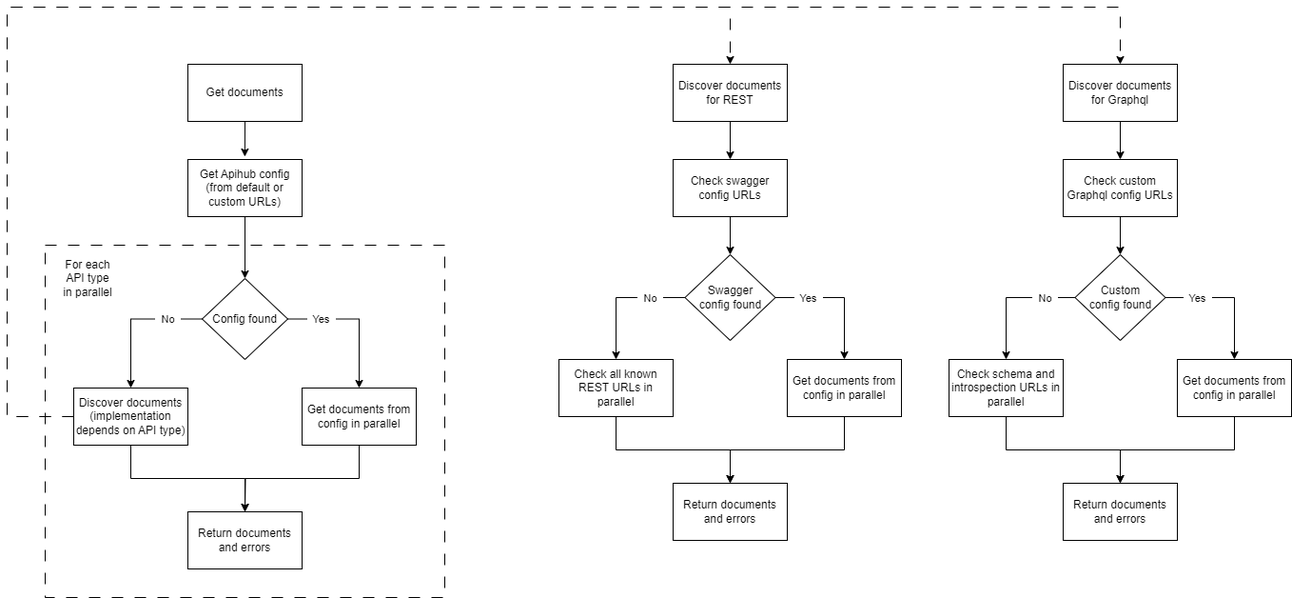
Before: backend/agent/documentation/images/discovery_get_documents.drawio.png, a diagram exported from draw.io (Netcracker/qubership-apihub). Source tidied: cells renumbered, new cells last; positions are measured from the earlier drawing's top-left corner, leaving out a move shared by most shapes.
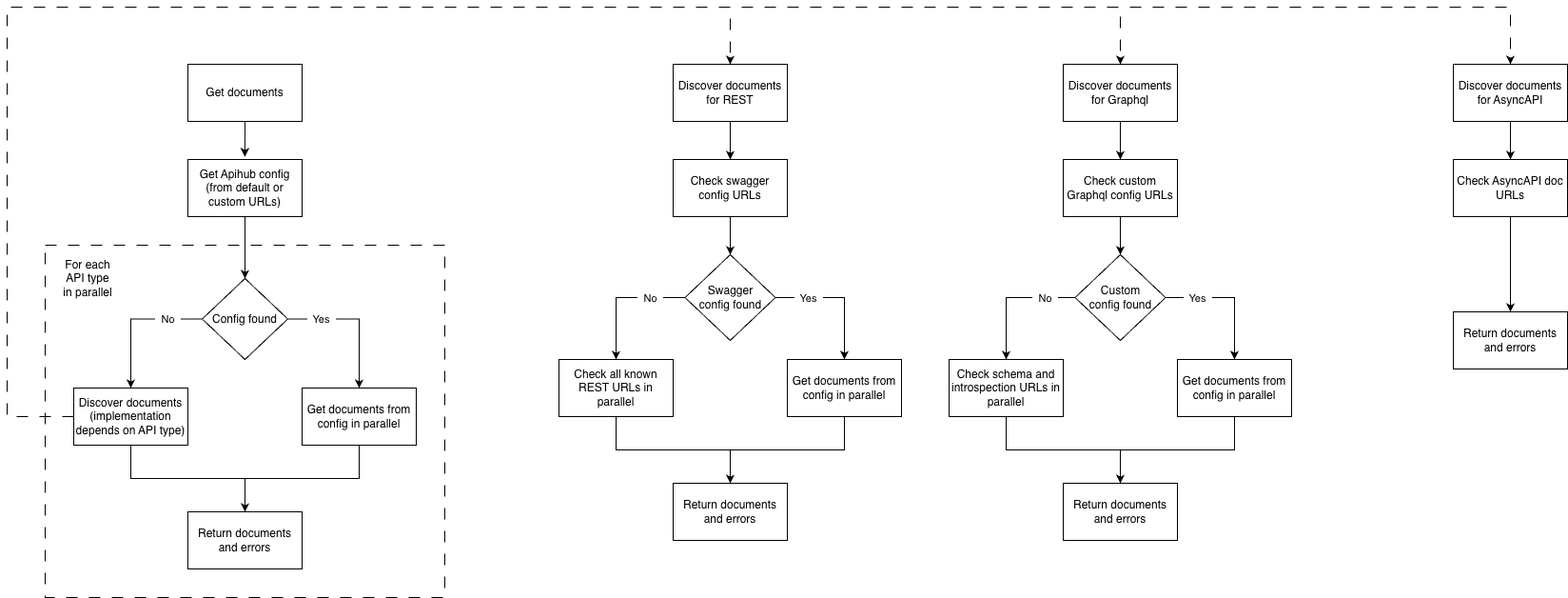
After the commit.

The edit, as a diff of the source:
```diff
@@ -2,9 +2,9 @@
   <root>
     <mxCell id="0" />
     <mxCell id="1" parent="0" />
-    <mxCell id="2" style="rounded=0;whiteSpace=wrap;html=1;dashed=1;dashPattern=12 12;" parent="1" vertex="1">
-      <mxGeometry x="40" y="250" width="420" height="370" as="geometry" />
-    </mxCell>
+    <mxCell id="48" style="rounded=0;whiteSpace=wrap;html=1;dashed=1;dashPattern=12 12;" parent="1" vertex="1">
+      <mxGeometry x="40" y="250" width="420" height="370" as="geometry" />
+    </mxCell>
     <mxCell id="3" style="edgeStyle=orthogonalEdgeStyle;rounded=0;jettySize=auto;html=1;exitX=0.5;exitY=1;exitDx=0;exitDy=0;entryX=0.5;entryY=0;entryDx=0;entryDy=0;" parent="1" edge="1" source="4" target="9">
       <mxGeometry relative="1" as="geometry" />
     </mxCell>
@@ -14,25 +14,25 @@
     <mxCell id="5" style="edgeStyle=orthogonalEdgeStyle;rounded=0;jettySize=auto;html=1;exitX=0;exitY=0.5;exitDx=0;exitDy=0;entryX=0.5;entryY=0;entryDx=0;entryDy=0;" parent="1" edge="1" source="9" target="13">
       <mxGeometry relative="1" as="geometry" />
     </mxCell>
-    <mxCell id="6" value="&amp;nbsp; No&amp;nbsp;&amp;nbsp;" style="edgeLabel;html=1;align=center;verticalAlign=middle;" parent="5" vertex="1">
-      <mxGeometry x="-0.49" y="-1" relative="1" as="geometry">
-        <mxPoint y="1" as="offset" />
-      </mxGeometry>
-    </mxCell>
-    <mxCell id="7" style="edgeStyle=orthogonalEdgeStyle;rounded=0;jettySize=auto;html=1;exitX=1;exitY=0.5;exitDx=0;exitDy=0;entryX=0.5;entryY=0;entryDx=0;entryDy=0;" parent="1" edge="1" source="9" target="18">
-      <mxGeometry relative="1" as="geometry" />
-    </mxCell>
-    <mxCell id="8" value="&amp;nbsp; Yes&amp;nbsp;&amp;nbsp;" style="edgeLabel;html=1;align=center;verticalAlign=middle;" parent="7" vertex="1">
-      <mxGeometry x="-0.54" y="-1" relative="1" as="geometry">
-        <mxPoint y="-1" as="offset" />
-      </mxGeometry>
-    </mxCell>
+    <mxCell id="49" value="&amp;nbsp; No&amp;nbsp;&amp;nbsp;" style="edgeLabel;html=1;align=center;verticalAlign=middle;" parent="5" vertex="1">
+      <mxGeometry x="-0.49" y="-1" relative="1" as="geometry">
+        <mxPoint y="1" as="offset" />
+      </mxGeometry>
+    </mxCell>
+    <mxCell id="50" style="edgeStyle=orthogonalEdgeStyle;rounded=0;jettySize=auto;html=1;exitX=1;exitY=0.5;exitDx=0;exitDy=0;entryX=0.5;entryY=0;entryDx=0;entryDy=0;" parent="1" edge="1" source="9" target="54">
+      <mxGeometry relative="1" as="geometry" />
+    </mxCell>
+    <mxCell id="51" value="&amp;nbsp; Yes&amp;nbsp;&amp;nbsp;" style="edgeLabel;html=1;align=center;verticalAlign=middle;" parent="50" vertex="1">
+      <mxGeometry x="-0.54" y="-1" relative="1" as="geometry">
+        <mxPoint y="-1" as="offset" />
+      </mxGeometry>
+    </mxCell>
     <mxCell id="9" value="Config found" style="rhombus;whiteSpace=wrap;html=1;" parent="1" vertex="1">
       <mxGeometry x="205" y="285" width="90" height="85" as="geometry" />
     </mxCell>
-    <mxCell id="10" style="edgeStyle=orthogonalEdgeStyle;rounded=0;jettySize=auto;html=1;exitX=0.5;exitY=1;exitDx=0;exitDy=0;entryX=0.5;entryY=0;entryDx=0;entryDy=0;" parent="1" edge="1" source="13" target="19">
-      <mxGeometry relative="1" as="geometry" />
-    </mxCell>
+    <mxCell id="52" style="edgeStyle=orthogonalEdgeStyle;rounded=0;jettySize=auto;html=1;exitX=0.5;exitY=1;exitDx=0;exitDy=0;entryX=0.5;entryY=0;entryDx=0;entryDy=0;" parent="1" edge="1" source="13" target="55">
+      <mxGeometry relative="1" as="geometry" />
+    </mxCell>
     <mxCell id="11" style="edgeStyle=orthogonalEdgeStyle;rounded=0;jettySize=auto;html=1;exitX=0;exitY=0.5;exitDx=0;exitDy=0;entryX=0.5;entryY=0;entryDx=0;entryDy=0;dashed=1;dashPattern=12 12;" parent="1" edge="1" source="13" target="21">
       <mxGeometry relative="1" as="geometry">
         <Array as="points">
@@ -63,17 +63,17 @@
     <mxCell id="16" style="edgeStyle=orthogonalEdgeStyle;rounded=0;jettySize=auto;html=1;exitX=0.5;exitY=1;exitDx=0;exitDy=0;entryX=0.499;entryY=-0.05;entryDx=0;entryDy=0;entryPerimeter=0;" parent="1" edge="1" source="15" target="4">
       <mxGeometry relative="1" as="geometry" />
     </mxCell>
-    <mxCell id="17" style="edgeStyle=orthogonalEdgeStyle;rounded=0;jettySize=auto;html=1;exitX=0.5;exitY=1;exitDx=0;exitDy=0;" parent="1" edge="1" source="18">
-      <mxGeometry relative="1" as="geometry">
-        <mxPoint x="250" y="530" as="targetPoint" />
-      </mxGeometry>
-    </mxCell>
-    <mxCell id="18" value="Get documents from config in parallel" style="rounded=0;whiteSpace=wrap;html=1;" parent="1" vertex="1">
-      <mxGeometry x="310" y="400" width="120" height="60" as="geometry" />
-    </mxCell>
-    <mxCell id="19" value="Return documents and errors" style="rounded=0;whiteSpace=wrap;html=1;" parent="1" vertex="1">
-      <mxGeometry x="190" y="530" width="120" height="60" as="geometry" />
-    </mxCell>
+    <mxCell id="53" style="edgeStyle=orthogonalEdgeStyle;rounded=0;jettySize=auto;html=1;exitX=0.5;exitY=1;exitDx=0;exitDy=0;" parent="1" edge="1" source="54">
+      <mxGeometry relative="1" as="geometry">
+        <mxPoint x="250" y="530" as="targetPoint" />
+      </mxGeometry>
+    </mxCell>
+    <mxCell id="54" value="Get documents from config in parallel" style="rounded=0;whiteSpace=wrap;html=1;" parent="1" vertex="1">
+      <mxGeometry x="310" y="400" width="120" height="60" as="geometry" />
+    </mxCell>
+    <mxCell id="55" value="Return documents and errors" style="rounded=0;whiteSpace=wrap;html=1;" parent="1" vertex="1">
+      <mxGeometry x="190" y="530" width="120" height="60" as="geometry" />
+    </mxCell>
     <mxCell id="20" style="edgeStyle=orthogonalEdgeStyle;rounded=0;jettySize=auto;html=1;exitX=0.5;exitY=1;exitDx=0;exitDy=0;entryX=0.5;entryY=0;entryDx=0;entryDy=0;" parent="1" edge="1" source="21" target="23">
       <mxGeometry relative="1" as="geometry" />
     </mxCell>
@@ -89,35 +89,35 @@
     <mxCell id="24" style="edgeStyle=orthogonalEdgeStyle;rounded=0;jettySize=auto;html=1;exitX=0;exitY=0.5;exitDx=0;exitDy=0;entryX=0.5;entryY=0;entryDx=0;entryDy=0;" parent="1" edge="1" source="28" target="32">
       <mxGeometry relative="1" as="geometry" />
     </mxCell>
-    <mxCell id="25" value="&amp;nbsp; No&amp;nbsp;&amp;nbsp;" style="edgeLabel;html=1;align=center;verticalAlign=middle;" parent="24" vertex="1">
-      <mxGeometry x="-0.47" relative="1" as="geometry" />
-    </mxCell>
-    <mxCell id="26" style="edgeStyle=orthogonalEdgeStyle;rounded=0;jettySize=auto;html=1;exitX=1;exitY=0.5;exitDx=0;exitDy=0;entryX=0.5;entryY=0;entryDx=0;entryDy=0;" parent="1" edge="1" source="28" target="30">
-      <mxGeometry relative="1" as="geometry" />
-    </mxCell>
-    <mxCell id="27" value="&amp;nbsp; Yes&amp;nbsp;&amp;nbsp;" style="edgeLabel;html=1;align=center;verticalAlign=middle;" parent="26" vertex="1">
-      <mxGeometry x="-0.5" y="2" relative="1" as="geometry">
-        <mxPoint y="2" as="offset" />
-      </mxGeometry>
-    </mxCell>
+    <mxCell id="56" value="&amp;nbsp; No&amp;nbsp;&amp;nbsp;" style="edgeLabel;html=1;align=center;verticalAlign=middle;" parent="24" vertex="1">
+      <mxGeometry x="-0.47" relative="1" as="geometry" />
+    </mxCell>
+    <mxCell id="57" style="edgeStyle=orthogonalEdgeStyle;rounded=0;jettySize=auto;html=1;exitX=1;exitY=0.5;exitDx=0;exitDy=0;entryX=0.5;entryY=0;entryDx=0;entryDy=0;" parent="1" edge="1" source="28" target="60">
+      <mxGeometry relative="1" as="geometry" />
+    </mxCell>
+    <mxCell id="58" value="&amp;nbsp; Yes&amp;nbsp;&amp;nbsp;" style="edgeLabel;html=1;align=center;verticalAlign=middle;" parent="57" vertex="1">
+      <mxGeometry x="-0.5" y="2" relative="1" as="geometry">
+        <mxPoint y="2" as="offset" />
+      </mxGeometry>
+    </mxCell>
     <mxCell id="28" value="Swagger &lt;br&gt;config found" style="rhombus;whiteSpace=wrap;html=1;" parent="1" vertex="1">
       <mxGeometry x="712.5" y="260" width="95" height="90" as="geometry" />
     </mxCell>
-    <mxCell id="29" style="edgeStyle=orthogonalEdgeStyle;rounded=0;jettySize=auto;html=1;exitX=0.5;exitY=1;exitDx=0;exitDy=0;entryX=0.5;entryY=0;entryDx=0;entryDy=0;" parent="1" edge="1" source="30" target="33">
-      <mxGeometry relative="1" as="geometry" />
-    </mxCell>
-    <mxCell id="30" value="Get documents from config in parallel" style="rounded=0;whiteSpace=wrap;html=1;" parent="1" vertex="1">
-      <mxGeometry x="820" y="370" width="120" height="60" as="geometry" />
-    </mxCell>
-    <mxCell id="31" style="edgeStyle=orthogonalEdgeStyle;rounded=0;jettySize=auto;html=1;exitX=0.5;exitY=1;exitDx=0;exitDy=0;entryX=0.5;entryY=0;entryDx=0;entryDy=0;" parent="1" edge="1" source="32" target="33">
-      <mxGeometry relative="1" as="geometry" />
-    </mxCell>
+    <mxCell id="59" style="edgeStyle=orthogonalEdgeStyle;rounded=0;jettySize=auto;html=1;exitX=0.5;exitY=1;exitDx=0;exitDy=0;entryX=0.5;entryY=0;entryDx=0;entryDy=0;" parent="1" edge="1" source="60" target="62">
+      <mxGeometry relative="1" as="geometry" />
+    </mxCell>
+    <mxCell id="60" value="Get documents from config in parallel" style="rounded=0;whiteSpace=wrap;html=1;" parent="1" vertex="1">
+      <mxGeometry x="820" y="370" width="120" height="60" as="geometry" />
+    </mxCell>
+    <mxCell id="61" style="edgeStyle=orthogonalEdgeStyle;rounded=0;jettySize=auto;html=1;exitX=0.5;exitY=1;exitDx=0;exitDy=0;entryX=0.5;entryY=0;entryDx=0;entryDy=0;" parent="1" edge="1" source="32" target="62">
+      <mxGeometry relative="1" as="geometry" />
+    </mxCell>
     <mxCell id="32" value="Check all known REST URLs in parallel" style="rounded=0;whiteSpace=wrap;html=1;" parent="1" vertex="1">
       <mxGeometry x="580" y="370" width="120" height="60" as="geometry" />
     </mxCell>
-    <mxCell id="33" value="Return documents and errors" style="rounded=0;whiteSpace=wrap;html=1;" parent="1" vertex="1">
-      <mxGeometry x="700" y="500" width="120" height="60" as="geometry" />
-    </mxCell>
+    <mxCell id="62" value="Return documents and errors" style="rounded=0;whiteSpace=wrap;html=1;" parent="1" vertex="1">
+      <mxGeometry x="700" y="500" width="120" height="60" as="geometry" />
+    </mxCell>
     <mxCell id="34" style="edgeStyle=orthogonalEdgeStyle;rounded=0;jettySize=auto;html=1;exitX=0.5;exitY=1;exitDx=0;exitDy=0;entryX=0.5;entryY=0;entryDx=0;entryDy=0;" parent="1" edge="1" source="35" target="37">
       <mxGeometry relative="1" as="geometry" />
     </mxCell>
@@ -133,36 +133,60 @@
     <mxCell id="38" style="edgeStyle=orthogonalEdgeStyle;rounded=0;jettySize=auto;html=1;exitX=0;exitY=0.5;exitDx=0;exitDy=0;entryX=0.5;entryY=0;entryDx=0;entryDy=0;" parent="1" edge="1" source="42" target="46">
       <mxGeometry relative="1" as="geometry" />
     </mxCell>
-    <mxCell id="39" value="&amp;nbsp; No&amp;nbsp;&amp;nbsp;" style="edgeLabel;html=1;align=center;verticalAlign=middle;" parent="38" vertex="1">
-      <mxGeometry x="-0.44" y="1" relative="1" as="geometry">
-        <mxPoint x="6" y="-1" as="offset" />
-      </mxGeometry>
-    </mxCell>
-    <mxCell id="40" style="edgeStyle=orthogonalEdgeStyle;rounded=0;jettySize=auto;html=1;exitX=1;exitY=0.5;exitDx=0;exitDy=0;entryX=0.5;entryY=0;entryDx=0;entryDy=0;" parent="1" edge="1" source="42" target="44">
-      <mxGeometry relative="1" as="geometry" />
-    </mxCell>
-    <mxCell id="41" value="&amp;nbsp; Yes&amp;nbsp;&amp;nbsp;" style="edgeLabel;html=1;align=center;verticalAlign=middle;" parent="40" vertex="1">
-      <mxGeometry x="-0.55" y="2" relative="1" as="geometry">
-        <mxPoint x="2" y="2" as="offset" />
-      </mxGeometry>
-    </mxCell>
+    <mxCell id="63" value="&amp;nbsp; No&amp;nbsp;&amp;nbsp;" style="edgeLabel;html=1;align=center;verticalAlign=middle;" parent="38" vertex="1">
+      <mxGeometry x="-0.44" y="1" relative="1" as="geometry">
+        <mxPoint x="6" y="-1" as="offset" />
+      </mxGeometry>
+    </mxCell>
+    <mxCell id="64" style="edgeStyle=orthogonalEdgeStyle;rounded=0;jettySize=auto;html=1;exitX=1;exitY=0.5;exitDx=0;exitDy=0;entryX=0.5;entryY=0;entryDx=0;entryDy=0;" parent="1" edge="1" source="42" target="67">
+      <mxGeometry relative="1" as="geometry" />
+    </mxCell>
+    <mxCell id="65" value="&amp;nbsp; Yes&amp;nbsp;&amp;nbsp;" style="edgeLabel;html=1;align=center;verticalAlign=middle;" parent="64" vertex="1">
+      <mxGeometry x="-0.55" y="2" relative="1" as="geometry">
+        <mxPoint x="2" y="2" as="offset" />
+      </mxGeometry>
+    </mxCell>
     <mxCell id="42" value="Custom&lt;br&gt;config found" style="rhombus;whiteSpace=wrap;html=1;" parent="1" vertex="1">
       <mxGeometry x="1122.5" y="260" width="95" height="90" as="geometry" />
     </mxCell>
-    <mxCell id="43" style="edgeStyle=orthogonalEdgeStyle;rounded=0;jettySize=auto;html=1;exitX=0.5;exitY=1;exitDx=0;exitDy=0;entryX=0.5;entryY=0;entryDx=0;entryDy=0;" parent="1" edge="1" source="44" target="47">
-      <mxGeometry relative="1" as="geometry" />
-    </mxCell>
-    <mxCell id="44" value="Get documents from config in parallel" style="rounded=0;whiteSpace=wrap;html=1;" parent="1" vertex="1">
-      <mxGeometry x="1230" y="370" width="120" height="60" as="geometry" />
-    </mxCell>
-    <mxCell id="45" style="edgeStyle=orthogonalEdgeStyle;rounded=0;jettySize=auto;html=1;exitX=0.5;exitY=1;exitDx=0;exitDy=0;entryX=0.5;entryY=0;entryDx=0;entryDy=0;" parent="1" edge="1" source="46" target="47">
-      <mxGeometry relative="1" as="geometry" />
-    </mxCell>
+    <mxCell id="66" style="edgeStyle=orthogonalEdgeStyle;rounded=0;jettySize=auto;html=1;exitX=0.5;exitY=1;exitDx=0;exitDy=0;entryX=0.5;entryY=0;entryDx=0;entryDy=0;" parent="1" edge="1" source="67" target="69">
+      <mxGeometry relative="1" as="geometry" />
+    </mxCell>
+    <mxCell id="67" value="Get documents from config in parallel" style="rounded=0;whiteSpace=wrap;html=1;" parent="1" vertex="1">
+      <mxGeometry x="1230" y="370" width="120" height="60" as="geometry" />
+    </mxCell>
+    <mxCell id="68" style="edgeStyle=orthogonalEdgeStyle;rounded=0;jettySize=auto;html=1;exitX=0.5;exitY=1;exitDx=0;exitDy=0;entryX=0.5;entryY=0;entryDx=0;entryDy=0;" parent="1" edge="1" source="46" target="69">
+      <mxGeometry relative="1" as="geometry" />
+    </mxCell>
     <mxCell id="46" value="Check schema and introspection URLs in parallel" style="rounded=0;whiteSpace=wrap;html=1;" parent="1" vertex="1">
       <mxGeometry x="990" y="370" width="120" height="60" as="geometry" />
     </mxCell>
-    <mxCell id="47" value="Return documents and errors" style="rounded=0;whiteSpace=wrap;html=1;" parent="1" vertex="1">
-      <mxGeometry x="1110" y="500" width="120" height="60" as="geometry" />
-    </mxCell>
+    <mxCell id="69" value="Return documents and errors" style="rounded=0;whiteSpace=wrap;html=1;" parent="1" vertex="1">
+      <mxGeometry x="1110" y="500" width="120" height="60" as="geometry" />
+    </mxCell>
+    <mxCell id="70" style="edgeStyle=orthogonalEdgeStyle;rounded=0;jettySize=auto;html=1;exitX=0;exitY=0.5;exitDx=0;exitDy=0;entryX=0.5;entryY=0;entryDx=0;entryDy=0;dashed=1;dashPattern=12 12;" parent="1" edge="1" source="13" target="71">
+      <mxGeometry relative="1" as="geometry">
+        <Array as="points">
+          <mxPoint y="430" />
+          <mxPoint />
+          <mxPoint x="1580" />
+        </Array>
+      </mxGeometry>
+    </mxCell>
+    <mxCell id="71" value="Discover documents for AsyncAPI" style="rounded=0;whiteSpace=wrap;html=1;" parent="1" vertex="1">
+      <mxGeometry x="1520" y="60" width="120" height="60" as="geometry" />
+    </mxCell>
+    <mxCell id="72" style="edgeStyle=orthogonalEdgeStyle;rounded=0;jettySize=auto;html=1;exitX=0.5;exitY=1;exitDx=0;exitDy=0;entryX=0.5;entryY=0;entryDx=0;entryDy=0;" parent="1" edge="1" source="71" target="73">
+      <mxGeometry relative="1" as="geometry" />
+    </mxCell>
+    <mxCell id="73" value="Check AsyncAPI doc URLs" style="rounded=0;whiteSpace=wrap;html=1;" parent="1" vertex="1">
+      <mxGeometry x="1520" y="160" width="120" height="60" as="geometry" />
+    </mxCell>
+    <mxCell id="74" style="edgeStyle=orthogonalEdgeStyle;rounded=0;jettySize=auto;html=1;exitX=0.5;exitY=1;exitDx=0;exitDy=0;entryX=0.5;entryY=0;entryDx=0;entryDy=0;" parent="1" edge="1" source="73" target="75">
+      <mxGeometry relative="1" as="geometry" />
+    </mxCell>
+    <mxCell id="75" value="Return documents and errors" style="rounded=0;whiteSpace=wrap;html=1;" parent="1" vertex="1">
+      <mxGeometry x="1520" y="320" width="120" height="60" as="geometry" />
+    </mxCell>
   </root>
 </mxGraphModel>
```
